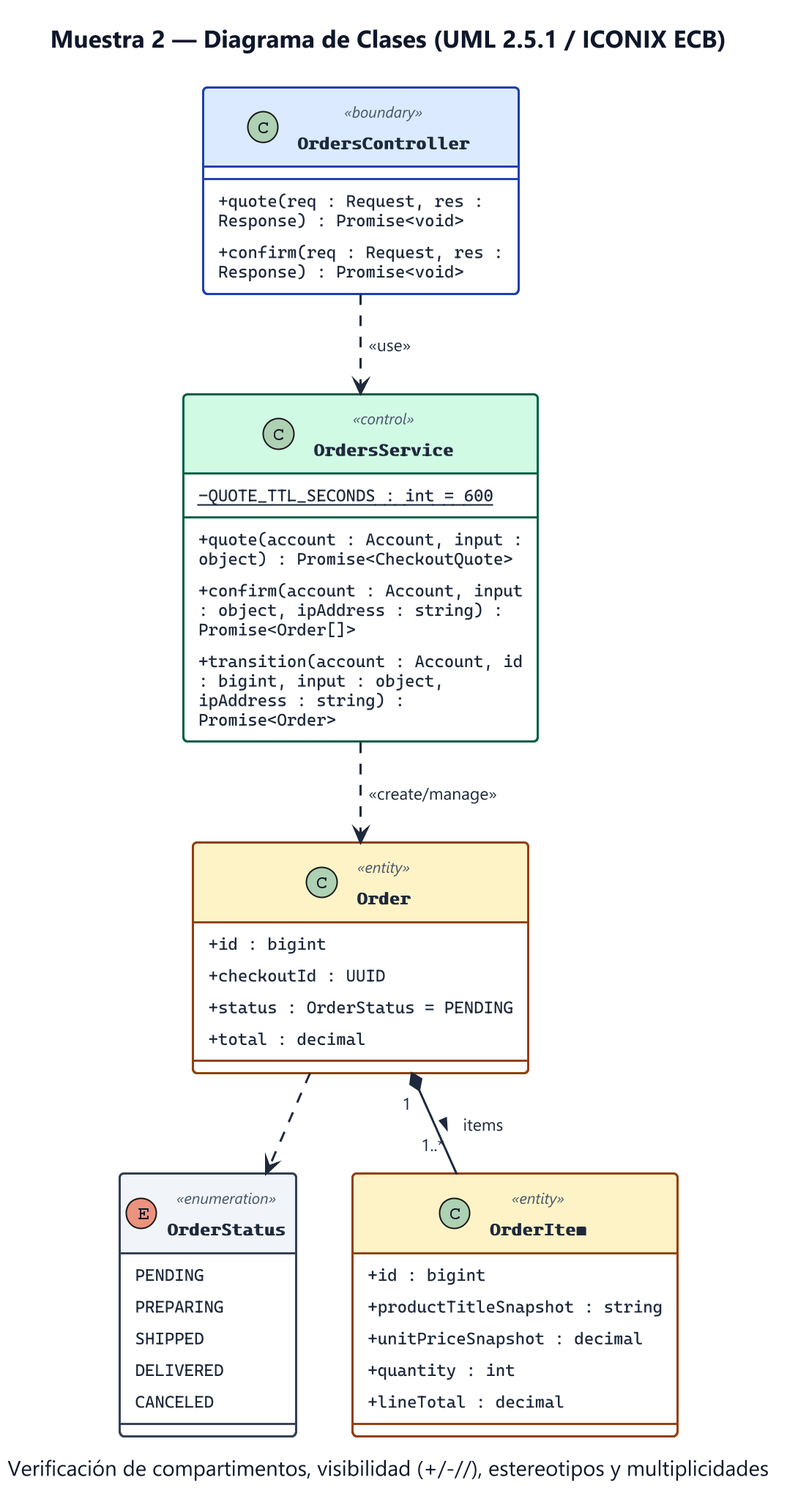
maverick0322/Secure-Ecommerce-API keeps this PlantUML diagram as docs/diagrams/_muestra/muestra_02_clases.png. Above is the earlier version.
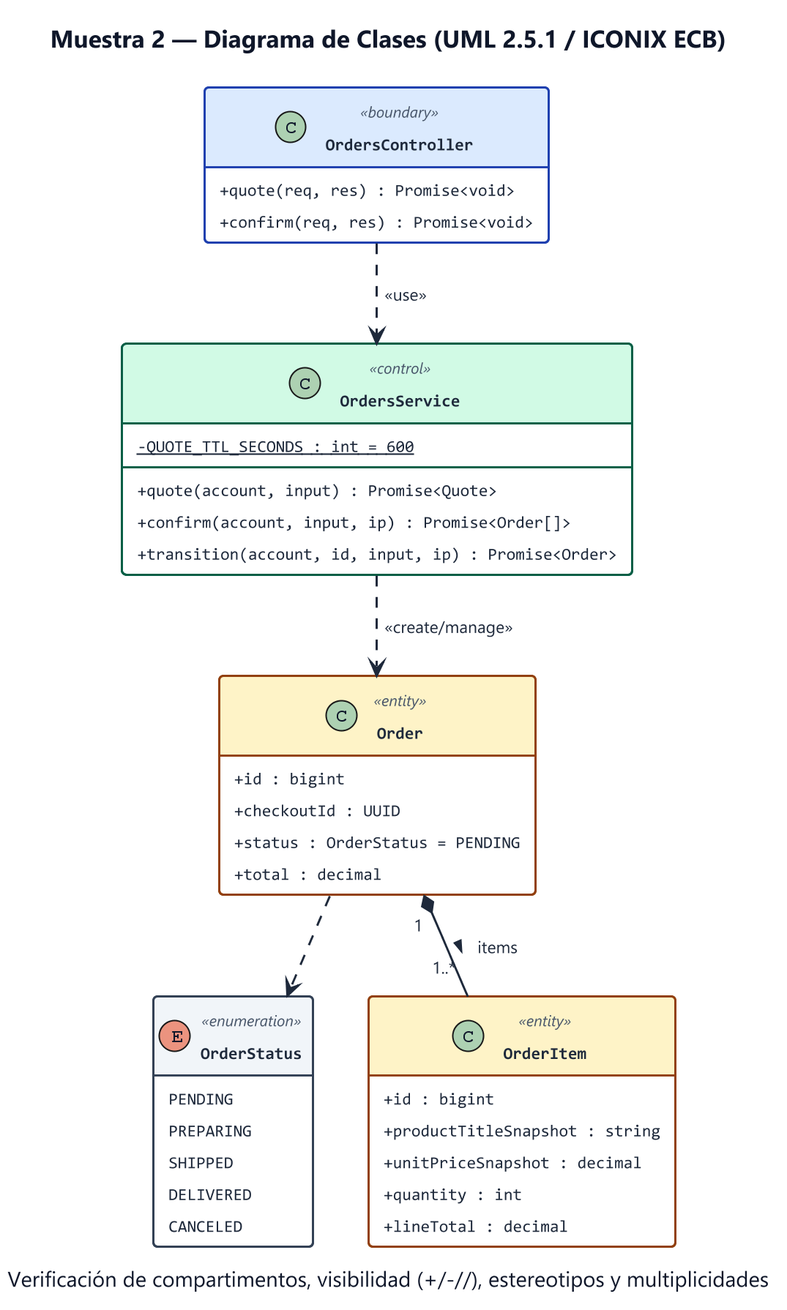
The same diagram one commit later.

The edit, as a diff of the source:
```diff
@@ -13,15 +13,15 @@
 }
 
 class OrdersController <<boundary>> {
-  + quote(req : Request, res : Response) : Promise<void>
-  + confirm(req : Request, res : Response) : Promise<void>
+  + quote(req, res) : Promise<void>
+  + confirm(req, res) : Promise<void>
 }
 
 class OrdersService <<control>> {
   - {static} QUOTE_TTL_SECONDS : int = 600
-  + quote(account : Account, input : object) : Promise<CheckoutQuote>
-  + confirm(account : Account, input : object, ipAddress : string) : Promise<Order[]>
-  + transition(account : Account, id : bigint, input : object, ipAddress : string) : Promise<Order>
+  + quote(account, input) : Promise<Quote>
+  + confirm(account, input, ip) : Promise<Order[]>
+  + transition(account, id, input, ip) : Promise<Order>
 }
 
 class Order <<entity>> {
```
